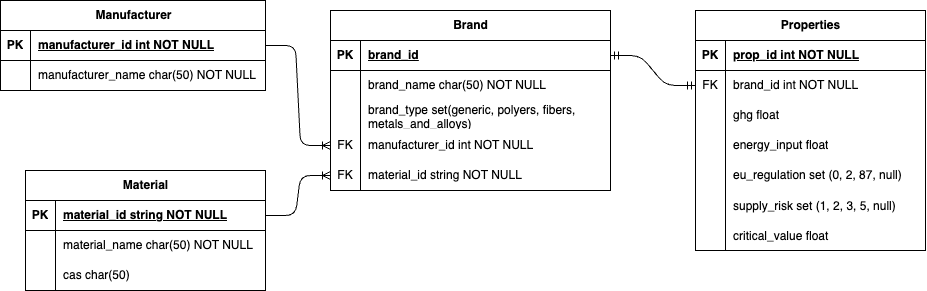
The draw.io diagram database_design/database/materials_database.png in jcarter1028/v-research-interview, before a commit. Source tidied: cells renumbered, new cells last; positions are measured from the earlier drawing's top-left corner, leaving out a move shared by most shapes.
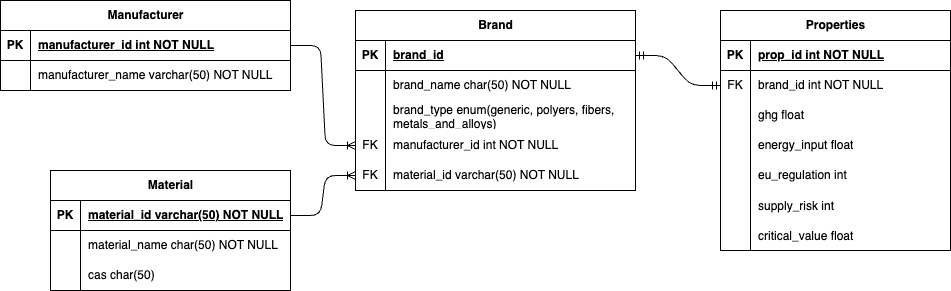
The same file after the commit.

Diff of the diagram source:
```diff
@@ -11,7 +11,7 @@
     <mxCell id="4" value="PK" style="shape=partialRectangle;fillColor=none;top=0;left=0;bottom=0;right=0;fontStyle=1;overflow=hidden;whiteSpace=wrap;html=1;" parent="3" vertex="1">
       <mxGeometry width="30" height="30" as="geometry" />
     </mxCell>
-    <mxCell id="5" value="material_id string NOT NULL" style="shape=partialRectangle;fillColor=none;top=0;left=0;bottom=0;right=0;align=left;spacingLeft=6;fontStyle=5;overflow=hidden;whiteSpace=wrap;html=1;" parent="3" vertex="1">
+    <mxCell id="5" value="material_id varchar(50) NOT NULL" style="shape=partialRectangle;fillColor=none;top=0;left=0;bottom=0;right=0;align=left;spacingLeft=6;fontStyle=5;overflow=hidden;whiteSpace=wrap;html=1;" parent="3" vertex="1">
       <mxGeometry x="30" width="210" height="30" as="geometry" />
     </mxCell>
     <mxCell id="6" style="shape=tableRow;horizontal=0;startSize=0;swimlaneHead=0;swimlaneBody=0;fillColor=none;top=0;left=0;right=0;bottom=0;" parent="2" vertex="1">
@@ -33,25 +33,25 @@
       <mxGeometry x="30" width="210" height="30" as="geometry" />
     </mxCell>
     <mxCell id="12" value="Manufacturer" style="shape=table;startSize=30;rowLines=0;fontStyle=1;align=center;html=1;" parent="1" vertex="1">
-      <mxGeometry width="265" height="90" as="geometry" />
+      <mxGeometry x="-25" width="290" height="90" as="geometry" />
     </mxCell>
     <mxCell id="13" style="shape=tableRow;horizontal=0;startSize=0;swimlaneHead=0;swimlaneBody=0;fillColor=none;points=[[0,0.5],[1,0.5]];portConstraint=eastwest;top=0;left=0;right=0;bottom=1;" parent="12" vertex="1">
-      <mxGeometry y="30" width="265" height="30" as="geometry" />
+      <mxGeometry y="30" width="290" height="30" as="geometry" />
     </mxCell>
     <mxCell id="14" value="PK" style="shape=partialRectangle;fillColor=none;top=0;left=0;bottom=0;right=0;fontStyle=1;overflow=hidden;whiteSpace=wrap;html=1;" parent="13" vertex="1">
       <mxGeometry width="30" height="30" as="geometry" />
     </mxCell>
     <mxCell id="15" value="manufacturer_id int NOT NULL" style="shape=partialRectangle;fillColor=none;top=0;left=0;bottom=0;right=0;align=left;spacingLeft=6;fontStyle=5;overflow=hidden;whiteSpace=wrap;html=1;" parent="13" vertex="1">
-      <mxGeometry x="30" width="235" height="30" as="geometry" />
+      <mxGeometry x="30" width="260" height="30" as="geometry" />
     </mxCell>
     <mxCell id="16" style="shape=tableRow;horizontal=0;startSize=0;swimlaneHead=0;swimlaneBody=0;fillColor=none;top=0;left=0;right=0;bottom=0;" parent="12" vertex="1">
-      <mxGeometry y="60" width="265" height="30" as="geometry" />
+      <mxGeometry y="60" width="290" height="30" as="geometry" />
     </mxCell>
     <mxCell id="17" style="shape=partialRectangle;fillColor=none;top=0;left=0;bottom=0;right=0;overflow=hidden;whiteSpace=wrap;html=1;" parent="16" vertex="1">
       <mxGeometry width="30" height="30" as="geometry" />
     </mxCell>
-    <mxCell id="18" value="manufacturer_name char(50) NOT NULL" style="shape=partialRectangle;fillColor=none;top=0;left=0;bottom=0;right=0;align=left;spacingLeft=6;overflow=hidden;whiteSpace=wrap;html=1;" parent="16" vertex="1">
-      <mxGeometry x="30" width="235" height="30" as="geometry" />
+    <mxCell id="18" value="manufacturer_name varchar(50) NOT NULL" style="shape=partialRectangle;fillColor=none;top=0;left=0;bottom=0;right=0;align=left;spacingLeft=6;overflow=hidden;whiteSpace=wrap;html=1;" parent="16" vertex="1">
+      <mxGeometry x="30" width="260" height="30" as="geometry" />
     </mxCell>
     <mxCell id="19" value="Properties" style="shape=table;startSize=30;rowLines=0;fontStyle=1;align=center;html=1;" parent="1" vertex="1">
       <mxGeometry x="695" y="10" width="230" height="240" as="geometry" />
@@ -98,7 +98,7 @@
     <mxCell id="33" style="shape=partialRectangle;fillColor=none;top=0;left=0;bottom=0;right=0;overflow=hidden;whiteSpace=wrap;html=1;" parent="32" vertex="1">
       <mxGeometry width="30" height="30" as="geometry" />
     </mxCell>
-    <mxCell id="34" value="eu_regulation set (0, 2, 87, null)" style="shape=partialRectangle;fillColor=none;top=0;left=0;bottom=0;right=0;align=left;spacingLeft=6;overflow=hidden;whiteSpace=wrap;html=1;" parent="32" vertex="1">
+    <mxCell id="34" value="eu_regulation int" style="shape=partialRectangle;fillColor=none;top=0;left=0;bottom=0;right=0;align=left;spacingLeft=6;overflow=hidden;whiteSpace=wrap;html=1;" parent="32" vertex="1">
       <mxGeometry x="30" width="200" height="30" as="geometry" />
     </mxCell>
     <mxCell id="35" style="shape=tableRow;horizontal=0;startSize=0;swimlaneHead=0;swimlaneBody=0;fillColor=none;top=0;left=0;right=0;bottom=0;" parent="19" vertex="1">
@@ -107,7 +107,7 @@
     <mxCell id="36" style="shape=partialRectangle;fillColor=none;top=0;left=0;bottom=0;right=0;overflow=hidden;" parent="35" vertex="1">
       <mxGeometry width="30" height="30" as="geometry" />
     </mxCell>
-    <mxCell id="37" value="supply_risk set (1, 2, 3, 5, null)" style="shape=partialRectangle;fillColor=none;top=0;left=0;bottom=0;right=0;align=left;spacingLeft=6;overflow=hidden;" parent="35" vertex="1">
+    <mxCell id="37" value="supply_risk int" style="shape=partialRectangle;fillColor=none;top=0;left=0;bottom=0;right=0;align=left;spacingLeft=6;overflow=hidden;" parent="35" vertex="1">
       <mxGeometry x="30" width="200" height="30" as="geometry" />
     </mxCell>
     <mxCell id="38" style="shape=tableRow;horizontal=0;startSize=0;swimlaneHead=0;swimlaneBody=0;fillColor=none;top=0;left=0;right=0;bottom=0;" parent="19" vertex="1">
@@ -146,7 +146,7 @@
     <mxCell id="49" style="shape=partialRectangle;fillColor=none;top=0;left=0;bottom=0;right=0;overflow=hidden;whiteSpace=wrap;html=1;" parent="48" vertex="1">
       <mxGeometry width="30" height="30" as="geometry" />
     </mxCell>
-    <mxCell id="50" value="brand_type set(generic, polyers, fibers, metals_and_alloys)" style="shape=partialRectangle;fillColor=none;top=0;left=0;bottom=0;right=0;align=left;spacingLeft=6;overflow=hidden;whiteSpace=wrap;html=1;" parent="48" vertex="1">
+    <mxCell id="50" value="brand_type enum(generic, polyers, fibers, metals_and_alloys)" style="shape=partialRectangle;fillColor=none;top=0;left=0;bottom=0;right=0;align=left;spacingLeft=6;overflow=hidden;whiteSpace=wrap;html=1;" parent="48" vertex="1">
       <mxGeometry x="30" width="250" height="30" as="geometry" />
     </mxCell>
     <mxCell id="51" style="shape=tableRow;horizontal=0;startSize=0;swimlaneHead=0;swimlaneBody=0;fillColor=none;points=[[0,0.5],[1,0.5]];portConstraint=eastwest;top=0;left=0;right=0;bottom=0;" parent="41" vertex="1">
@@ -164,7 +164,7 @@
     <mxCell id="55" value="FK" style="shape=partialRectangle;fillColor=none;top=0;left=0;bottom=0;right=0;fontStyle=0;overflow=hidden;whiteSpace=wrap;html=1;" parent="54" vertex="1">
       <mxGeometry width="30" height="30" as="geometry" />
     </mxCell>
-    <mxCell id="56" value="material_id string NOT NULL" style="shape=partialRectangle;fillColor=none;top=0;left=0;bottom=0;right=0;align=left;spacingLeft=6;fontStyle=0;overflow=hidden;whiteSpace=wrap;html=1;" parent="54" vertex="1">
+    <mxCell id="56" value="material_id varchar(50) NOT NULL" style="shape=partialRectangle;fillColor=none;top=0;left=0;bottom=0;right=0;align=left;spacingLeft=6;fontStyle=0;overflow=hidden;whiteSpace=wrap;html=1;" parent="54" vertex="1">
       <mxGeometry x="30" width="250" height="30" as="geometry" />
     </mxCell>
     <mxCell id="57" style="edgeStyle=entityRelationEdgeStyle;fontSize=12;html=1;endArrow=ERmandOne;startArrow=ERmandOne;rounded=1;entryX=1;entryY=0.5;entryDx=0;entryDy=0;exitX=0;exitY=0.5;exitDx=0;exitDy=0;curved=0;" parent="1" edge="1" source="23" target="42">
```
